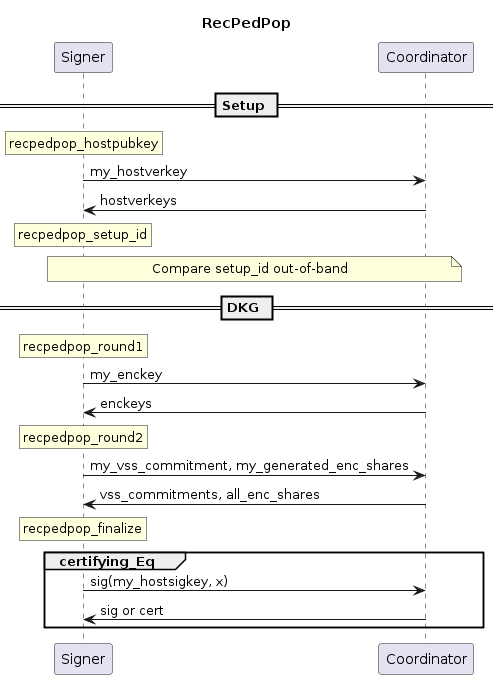
BlockstreamResearch/bip-frost-dkg keeps this PlantUML diagram as images/recpedpop-sequence.png. Above is the earlier version. Its diagram source:
```plantuml
@startuml
title RecPedPop
participant Signer
participant Coordinator

== Setup ==

rnote over Signer: recpedpop_hostpubkey
Signer->Coordinator : my_hostverkey
Coordinator->Signer : hostverkeys
rnote over Signer: recpedpop_setup_id
note across: Compare setup_id out-of-band

== DKG ==

rnote over Signer: recpedpop_round1
Signer->Coordinator : my_enckey
Coordinator->Signer : enckeys
rnote over Signer: recpedpop_round2
Signer->Coordinator : my_vss_commitment, my_generated_enc_shares
Coordinator->Signer : vss_commitments, all_enc_shares
rnote over Signer: recpedpop_finalize
group certifying_Eq
    Signer -> Coordinator : sig(my_hostsigkey, x)
    Coordinator -> Signer : sig or cert
end
@enduml
```
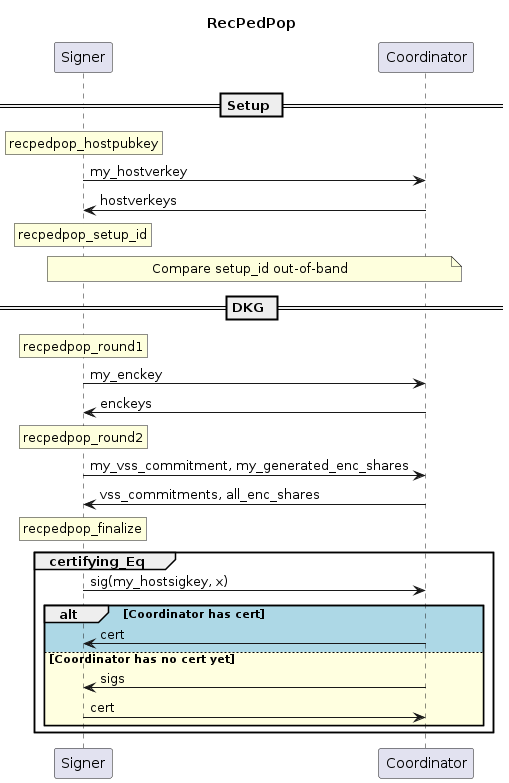
Above is the later version.

Commit message:
recpedpop-sequence: add missing round

Change to the diagram source:
```diff
@@ -22,6 +22,11 @@
 rnote over Signer: recpedpop_finalize
 group certifying_Eq
     Signer -> Coordinator : sig(my_hostsigkey, x)
-    Coordinator -> Signer : sig or cert
+    alt #LightBlue Coordinator has cert
+        Coordinator -> Signer : cert
+    else #LightYellow Coordinator has no cert yet
+        Coordinator -> Signer : sigs
+        Signer -> Coordinator : cert
+    end
 end
 @enduml
```
